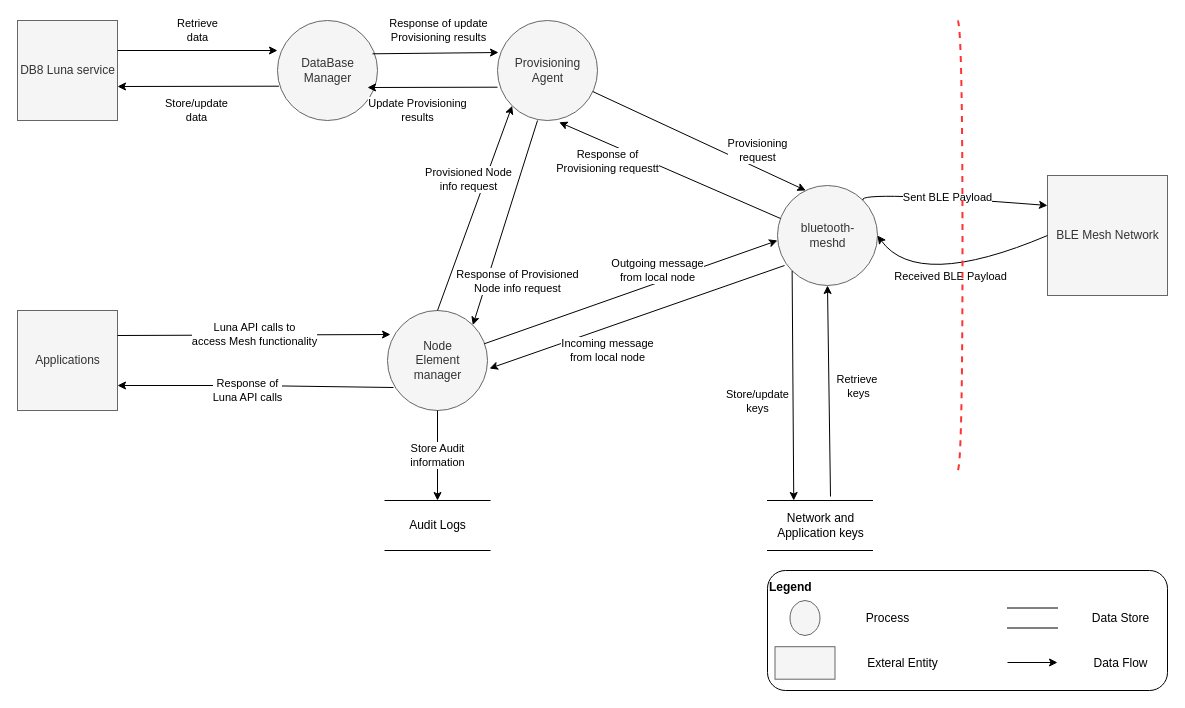
Before: Copy of Untitled Diagram.drawio in vibhanshuDhote/diagrams, a draw.io diagram. Source tidied: cells renumbered, new cells numbered last; positions are measured from the earlier drawing's top-left corner, leaving out a move shared by most shapes. Both pictures are drawn from the tidied source at 100%, with x=0, y=0 at pixel (17, 20).
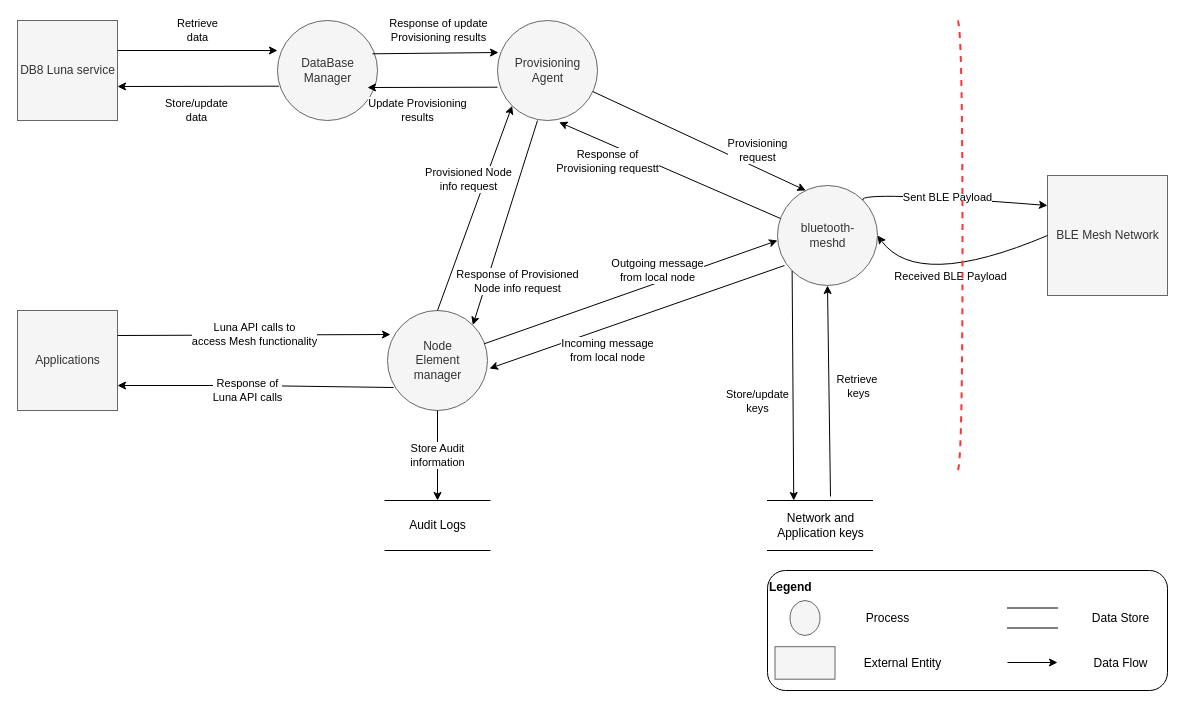
After the change.

Unchanged cells that the change refers to:
```xml
<mxCell id="33" style="group;" parent="1" vertex="1">
  <mxGeometry x="750" y="550" width="400" height="120" as="geometry" />
</mxCell>
```

Change to the diagram source:
```diff
@@
-    <mxCell id="38" value="Exteral Entity" style="text;html=1;align=center;verticalAlign=middle;strokeColor=none;fillColor=none;" parent="33" vertex="1">
+    <mxCell id="38" value="External Entity" style="text;html=1;align=center;verticalAlign=middle;strokeColor=none;fillColor=none;" parent="33" vertex="1">
       <mxGeometry x="90" y="82.5" width="90" height="20" as="geometry" />
     </mxCell>
```
